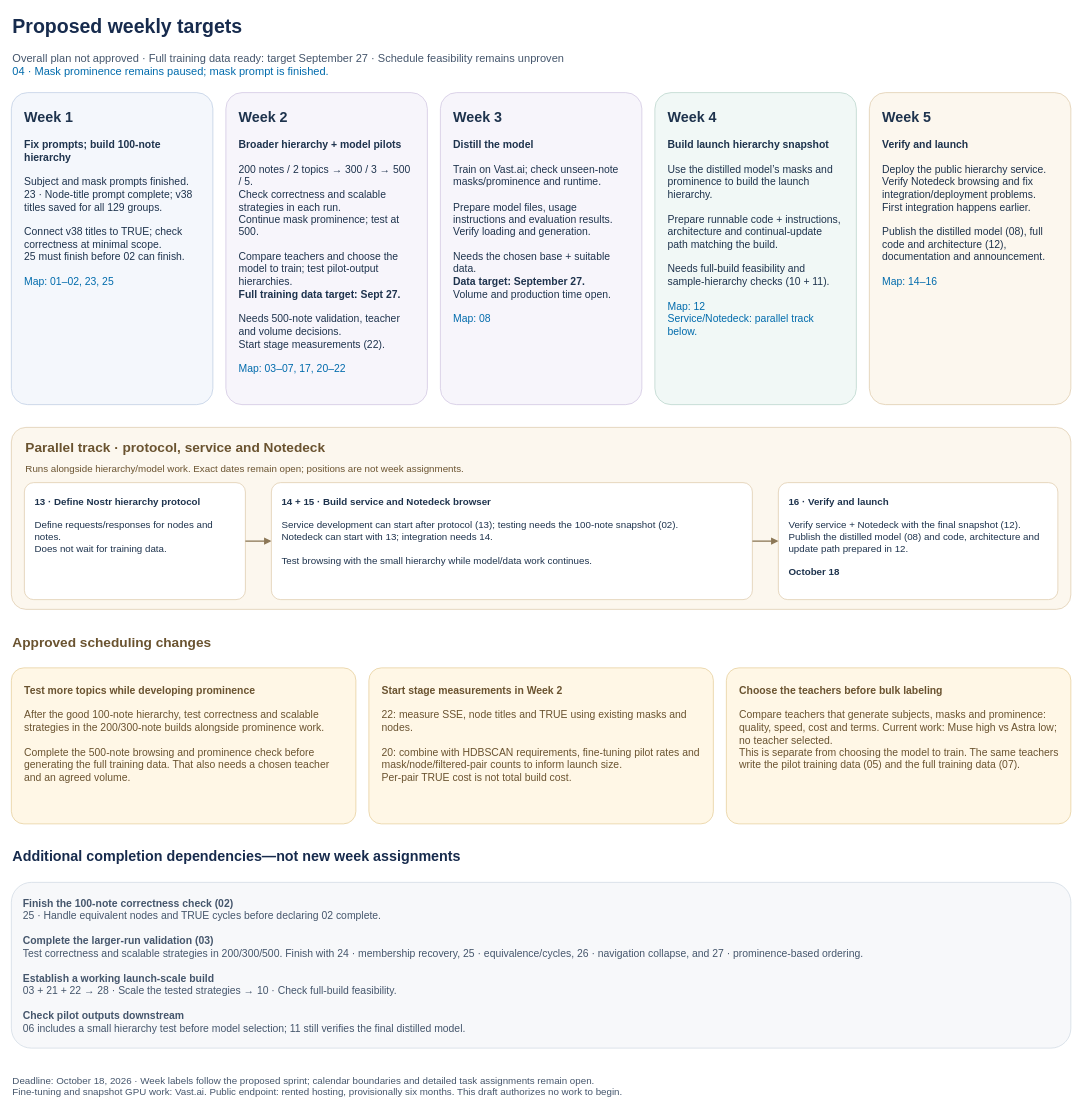
Before: page "2 — Proposed weekly targets" (2 of 2) of docs/planning/october-18-release.drawio in kernelkind/oracle-research, a draw.io diagram. Source tidied: cells renumbered, new cells numbered last; positions are measured from the earlier drawing's top-left corner, leaving out a move shared by most shapes. Both pictures are drawn from the tidied source at 65%, with x=0, y=0 at pixel (11, 11).
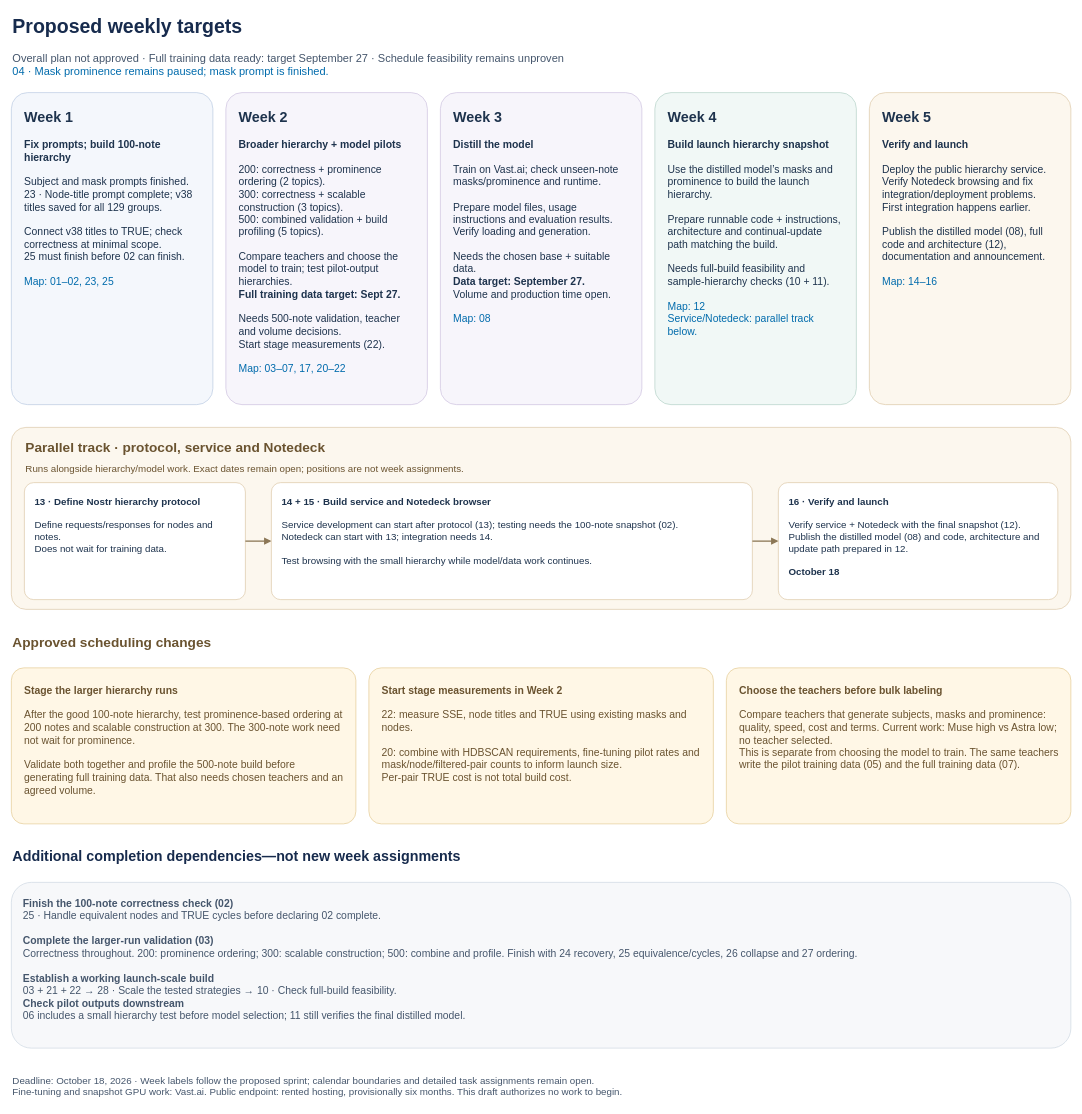
After the change.

Commit message (it also covers changes not shown here):
docs: stage hierarchy validation at 200, 300, and 500 notes

What changed in the source:
```diff
@@
-    <mxCell id="5" value="&lt;font style=&quot;font-size:22px&quot;&gt;&lt;b&gt;Week 2&lt;/b&gt;&lt;/font&gt;&lt;br&gt;&lt;br&gt;&lt;b&gt;Broader hierarchy + model pilots&lt;/b&gt;&lt;br&gt;&lt;br&gt;200 notes / 2 topics → 300 / 3 → 500 / 5.&lt;br&gt;Check correctness and scalable strategies in each run.&lt;br&gt;Continue mask prominence; test at 500.&lt;br&gt;&lt;br&gt;Compare teachers and choose the model to train; test pilot-output hierarchies.&lt;br&gt;&lt;b&gt;Full training data target: Sept 27.&lt;/b&gt;&lt;br&gt;&lt;br&gt;Needs 500-note validation, teacher and volume decisions.&lt;br&gt;Start stage measurements (22).&lt;br&gt;&lt;br&gt;&lt;font color=&quot;light-dark(#6b7788, #bac6d3)&quot;&gt;Map: 03–07, 17, 20–22&lt;/font&gt;" style="rounded=1;arcSize=8;whiteSpace=wrap;html=1;fillColor=light-dark(#f7f5fb, #303c49);strokeColor=light-dark(#cbbfdd, #7c8da1);align=left;verticalAlign=top;spacing=20;fontSize=16;fontColor=light-dark(#1e334d, #e6edf3);" parent="1" vertex="1">
+    <mxCell id="5" value="&lt;font style=&quot;font-size:22px&quot;&gt;&lt;b&gt;Week 2&lt;/b&gt;&lt;/font&gt;&lt;br&gt;&lt;br&gt;&lt;b&gt;Broader hierarchy + model pilots&lt;/b&gt;&lt;br&gt;&lt;br&gt;200: correctness + prominence ordering (2 topics).&lt;br&gt;300: correctness + scalable construction (3 topics).&lt;br&gt;500: combined validation + build profiling (5 topics).&lt;br&gt;&lt;br&gt;Compare teachers and choose the model to train; test pilot-output hierarchies.&lt;br&gt;&lt;b&gt;Full training data target: Sept 27.&lt;/b&gt;&lt;br&gt;&lt;br&gt;Needs 500-note validation, teacher and volume decisions.&lt;br&gt;Start stage measurements (22).&lt;br&gt;&lt;br&gt;&lt;font color=&quot;light-dark(#6b7788, #bac6d3)&quot;&gt;Map: 03–07, 17, 20–22&lt;/font&gt;" style="rounded=1;arcSize=8;whiteSpace=wrap;html=1;fillColor=light-dark(#f7f5fb, #303c49);strokeColor=light-dark(#cbbfdd, #7c8da1);align=left;verticalAlign=top;spacing=20;fontSize=16;fontColor=light-dark(#1e334d, #e6edf3);" parent="1" vertex="1">
       <mxGeometry x="330" y="125" width="310" height="480" as="geometry" />
     </mxCell>
@@
-    <mxCell id="18" value="&lt;b&gt;Test more topics while developing prominence&lt;/b&gt;&lt;br&gt;&lt;br&gt;After the good 100-note hierarchy, test correctness and scalable strategies in the 200/300-note builds alongside prominence work.&lt;br&gt;&lt;br&gt;Complete the 500-note browsing and prominence check before generating the full training data. That also needs a chosen teacher and an agreed volume." style="rounded=1;arcSize=8;whiteSpace=wrap;html=1;fillColor=light-dark(#fff7e6, #332d24);strokeColor=light-dark(#e2c88f, #7c8da1);align=left;verticalAlign=top;spacing=20;fontSize=16;fontColor=light-dark(#6a5330, #e6edf3);" parent="1" vertex="1">
+    <mxCell id="18" value="&lt;b&gt;Stage the larger hierarchy runs&lt;/b&gt;&lt;br&gt;&lt;br&gt;After the good 100-note hierarchy, test prominence-based ordering at 200 notes and scalable construction at 300. The 300-note work need not wait for prominence.&lt;br&gt;&lt;br&gt;Validate both together and profile the 500-note build before generating full training data. That also needs chosen teachers and an agreed volume." style="rounded=1;arcSize=8;whiteSpace=wrap;html=1;fillColor=light-dark(#fff7e6, #332d24);strokeColor=light-dark(#e2c88f, #7c8da1);align=left;verticalAlign=top;spacing=20;fontSize=16;fontColor=light-dark(#6a5330, #e6edf3);" parent="1" vertex="1">
       <mxGeometry y="1010" width="530" height="240" as="geometry" />
     </mxCell>
@@
-    <mxCell id="22" value="&lt;b&gt;Finish the 100-note correctness check (02)&lt;/b&gt;&lt;br&gt;25 · Handle equivalent nodes and TRUE cycles before declaring 02 complete.&lt;br&gt;&lt;br&gt;&lt;b&gt;Complete the larger-run validation (03)&lt;/b&gt;&lt;br&gt;Test correctness and scalable strategies in 200/300/500. Finish with 24 · membership recovery, 25 · equivalence/cycles, 26 · navigation collapse, and 27 · prominence-based ordering.&lt;br&gt;&lt;br&gt;&lt;b&gt;Establish a working launch-scale build&lt;/b&gt;&lt;br&gt;03 + 21 + 22 → 28 · Scale the tested strategies → 10 · Check full-build feasibility.&lt;br&gt;&lt;br&gt;&lt;b&gt;Check pilot outputs downstream&lt;/b&gt;&lt;br&gt;06 includes a small hierarchy test before model selection; 11 still verifies the final distilled model." style="rounded=1;arcSize=12;whiteSpace=wrap;html=1;fillColor=light-dark(#f7f8fa, #303c49);strokeColor=light-dark(#cbd5e1, #7c8da1);fontColor=light-dark(#45566c, #e6edf3);strokeWidth=1;align=left;verticalAlign=top;spacing=18;fontSize=16;" parent="1" vertex="1">
+    <mxCell id="22" value="&lt;b&gt;Finish the 100-note correctness check (02)&lt;/b&gt;&lt;br&gt;25 · Handle equivalent nodes and TRUE cycles before declaring 02 complete.&lt;br&gt;&lt;br&gt;&lt;b&gt;Complete the larger-run validation (03)&lt;/b&gt;&lt;br&gt;Correctness throughout. 200: prominence ordering; 300: scalable construction; 500: combine and profile. Finish with 24 recovery, 25 equivalence/cycles, 26 collapse and 27 ordering.&lt;br&gt;&lt;br&gt;&lt;b&gt;Establish a working launch-scale build&lt;/b&gt;&lt;br&gt;03 + 21 + 22 → 28 · Scale the tested strategies → 10 · Check full-build feasibility.&lt;br&gt;&lt;b&gt;Check pilot outputs downstream&lt;/b&gt;&lt;br&gt;06 includes a small hierarchy test before model selection; 11 still verifies the final distilled model." style="rounded=1;arcSize=12;whiteSpace=wrap;html=1;fillColor=light-dark(#f7f8fa, #303c49);strokeColor=light-dark(#cbd5e1, #7c8da1);fontColor=light-dark(#45566c, #e6edf3);strokeWidth=1;align=left;verticalAlign=top;spacing=18;fontSize=16;" parent="1" vertex="1">
       <mxGeometry y="1340" width="1630" height="255" as="geometry" />
     </mxCell>
```
